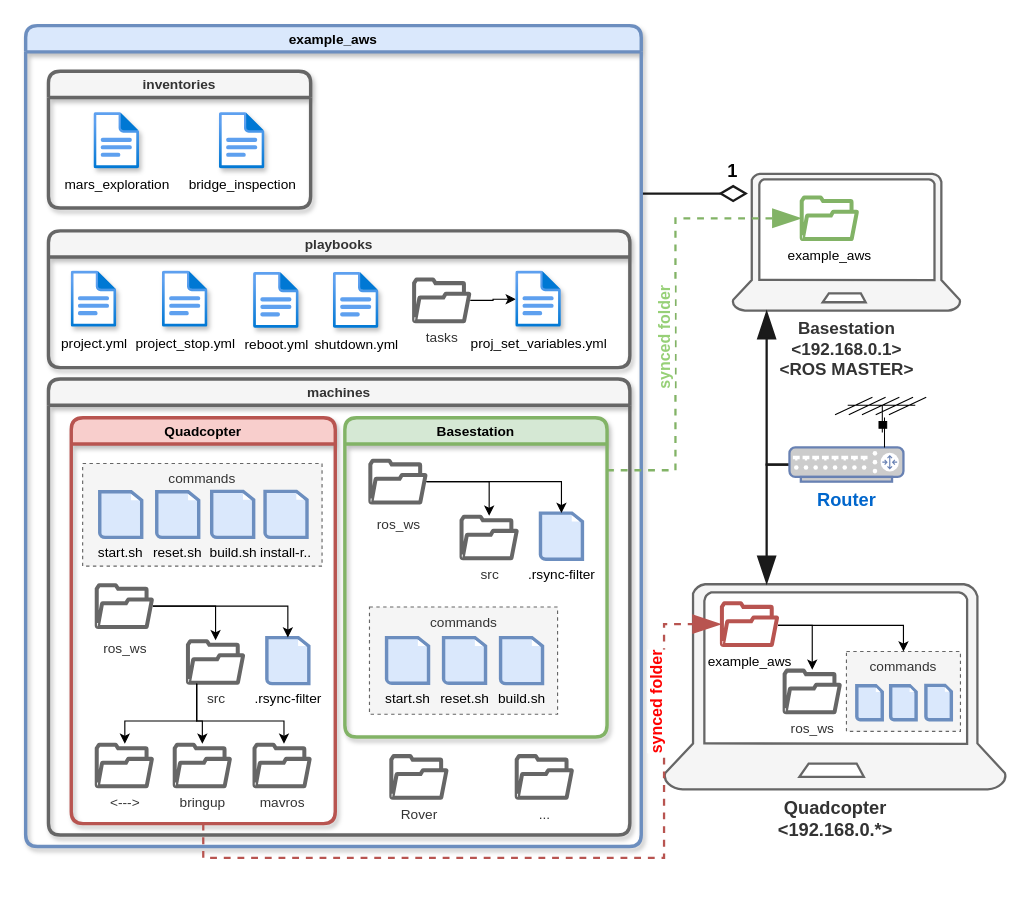
The draw.io diagram doc/ansible.drawio in aau-cns/ros1_example_aws, before the edit. Source tidied: cells renumbered, new cells numbered last; positions are measured from the earlier drawing's top-left corner, leaving out a move shared by most shapes. Both pictures are drawn from the tidied source at 114%, with x=0, y=0 at pixel (25, 25).
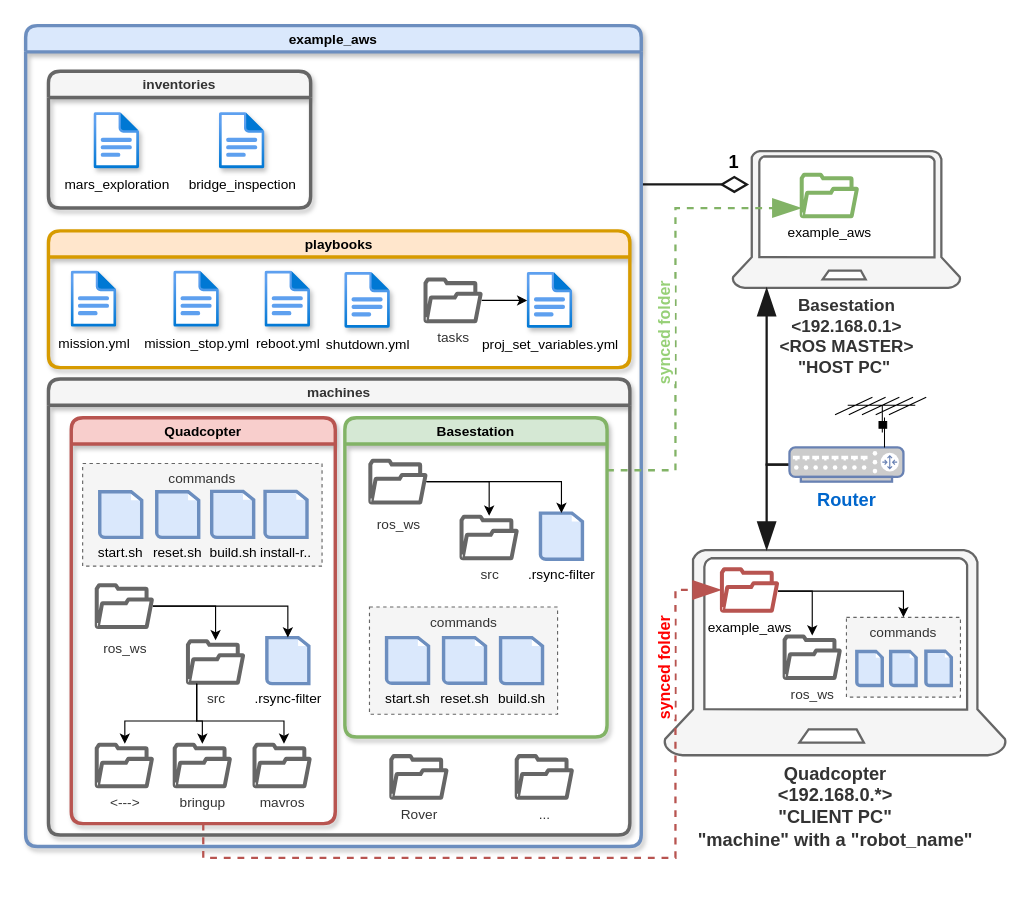
The same diagram, later.

Unchanged cells that the change refers to:
```xml
<mxCell id="3" value="example_aws" style="swimlane;align=center;strokeColor=#6c8ebf;rounded=1;shadow=1;swimlaneLine=1;sketch=0;glass=0;fillColor=#dae8fc;strokeWidth=3;" parent="1" vertex="1">
  <mxGeometry width="540" height="720" as="geometry" />
</mxCell>
<mxCell id="8" value="Quadcopter" style="swimlane;align=center;fillColor=#f8cecc;strokeColor=#b85450;rounded=1;shadow=1;swimlaneLine=1;sketch=0;glass=0;strokeWidth=3;" parent="7" vertex="1">
  <mxGeometry x="20" y="34" width="231.6" height="356" as="geometry" />
</mxCell>
<mxCell id="52" value="example_aws" style="shadow=0;dashed=0;html=1;strokeColor=#b85450;fillColor=#f8cecc;labelPosition=center;verticalLabelPosition=bottom;verticalAlign=top;align=center;outlineConnect=0;shape=mxgraph.vvd.folder;rounded=1;glass=0;sketch=0;horizontal=1;strokeWidth=2;" parent="50" vertex="1">
  <mxGeometry x="50" y="16" width="50" height="38" as="geometry" />
</mxCell>
```

Diff of the diagram source:
```diff
@@
-    <mxCell id="2" value="1" style="edgeStyle=orthogonalEdgeStyle;rounded=0;jettySize=auto;html=1;strokeWidth=2;endArrow=diamondThin;endFill=0;endSize=20;startSize=20;fillColor=#f5f5f5;strokeColor=#1A1A1A;fontSize=16;fontStyle=1;entryX=0.068;entryY=0.144;entryDx=0;entryDy=0;entryPerimeter=0;" parent="1" edge="1" source="3" target="49">
+    <mxCell id="2" value="1" style="edgeStyle=orthogonalEdgeStyle;rounded=0;jettySize=auto;html=1;strokeWidth=2;endArrow=diamondThin;endFill=0;endSize=20;startSize=20;fillColor=#f5f5f5;strokeColor=#1A1A1A;fontSize=16;fontStyle=1;entryX=0.073;entryY=0.244;entryDx=0;entryDy=0;entryPerimeter=0;" parent="1" edge="1" source="3" target="49">
       <mxGeometry x="0.72" y="20" relative="1" as="geometry">
         <Array as="points">
-          <mxPoint x="540" y="147" />
-          <mxPoint x="540" y="147" />
+          <mxPoint x="575" y="139" />
         </Array>
       </mxGeometry>
     </mxCell>
@@
-    <mxCell id="41" value="playbooks" style="swimlane;align=center;fillColor=#f5f5f5;strokeColor=#666666;fontColor=#333333;rounded=1;shadow=1;swimlaneLine=1;sketch=0;glass=0;strokeWidth=3;" parent="3" vertex="1">
+    <mxCell id="41" value="playbooks" style="swimlane;align=center;fillColor=#ffe6cc;strokeColor=#d79b00;rounded=1;shadow=1;swimlaneLine=1;sketch=0;glass=0;strokeWidth=3;" parent="3" vertex="1">
       <mxGeometry x="20" y="180" width="510" height="120" as="geometry" />
     </mxCell>
-    <mxCell id="42" value="project.yml" style="html=1;align=center;image;fontSize=12;image=img/lib/azure2/general/File.svg;rounded=1;shadow=1;glass=0;sketch=0;" parent="41" vertex="1">
+    <mxCell id="42" value="mission.yml" style="html=1;align=center;image;fontSize=12;image=img/lib/azure2/general/File.svg;rounded=1;shadow=1;glass=0;sketch=0;" parent="41" vertex="1">
       <mxGeometry x="20" y="35" width="40" height="50" as="geometry" />
     </mxCell>
-    <mxCell id="43" value="project_stop.yml" style="html=1;align=center;image;fontSize=12;image=img/lib/azure2/general/File.svg;rounded=1;shadow=1;glass=0;sketch=0;" parent="41" vertex="1">
-      <mxGeometry x="100" y="35" width="40" height="50" as="geometry" />
+    <mxCell id="43" value="mission_stop.yml" style="html=1;align=center;image;fontSize=12;image=img/lib/azure2/general/File.svg;rounded=1;shadow=1;glass=0;sketch=0;" parent="41" vertex="1">
+      <mxGeometry x="110" y="35" width="40" height="50" as="geometry" />
     </mxCell>
     <mxCell id="44" value="reboot.yml" style="html=1;align=center;image;fontSize=12;image=img/lib/azure2/general/File.svg;rounded=1;shadow=1;glass=0;sketch=0;" parent="41" vertex="1">
-      <mxGeometry x="180" y="36" width="40" height="50" as="geometry" />
+      <mxGeometry x="190" y="35" width="40" height="50" as="geometry" />
     </mxCell>
     <mxCell id="45" value="shutdown.yml" style="html=1;align=center;image;fontSize=12;image=img/lib/azure2/general/File.svg;rounded=1;shadow=1;glass=0;sketch=0;" parent="41" vertex="1">
-      <mxGeometry x="250" y="36" width="40" height="50" as="geometry" />
+      <mxGeometry x="260" y="36" width="40" height="50" as="geometry" />
     </mxCell>
@@
     <mxCell id="47" value="tasks" style="shadow=0;dashed=0;html=1;labelPosition=center;verticalLabelPosition=bottom;verticalAlign=top;align=center;outlineConnect=0;shape=mxgraph.vvd.folder;rounded=1;glass=0;sketch=0;horizontal=1;strokeWidth=2;fillColor=#f5f5f5;strokeColor=#666666;fontColor=#333333;" parent="41" vertex="1">
-      <mxGeometry x="320" y="42" width="50" height="38" as="geometry" />
+      <mxGeometry x="330" y="42" width="50" height="38" as="geometry" />
     </mxCell>
     <mxCell id="48" value="proj_set_variables.yml" style="html=1;points=[];align=center;image;fontSize=12;image=img/lib/azure2/general/File.svg;rounded=1;shadow=1;glass=0;sketch=0;" parent="41" vertex="1">
-      <mxGeometry x="410" y="35" width="40" height="50" as="geometry" />
+      <mxGeometry x="420" y="36" width="40" height="50" as="geometry" />
     </mxCell>
-    <mxCell id="49" value="Basestation&lt;br&gt;&amp;lt;192.168.0.1&amp;gt;&lt;br&gt;&amp;lt;ROS MASTER&amp;gt;" style="verticalLabelPosition=bottom;html=1;verticalAlign=top;align=center;strokeColor=#666666;fillColor=#f5f5f5;shape=mxgraph.azure.laptop;rounded=1;shadow=0;glass=0;sketch=0;fontColor=#333333;strokeWidth=2;fontStyle=1;fontSize=15;" parent="1" vertex="1">
-      <mxGeometry x="620" y="130" width="200" height="120" as="geometry" />
+    <mxCell id="49" value="Basestation&lt;br&gt;&amp;lt;192.168.0.1&amp;gt;&lt;br&gt;&amp;lt;ROS MASTER&amp;gt;&lt;br&gt;&quot;HOST PC&quot;&amp;nbsp;" style="verticalLabelPosition=bottom;html=1;verticalAlign=top;align=center;strokeColor=#666666;fillColor=#f5f5f5;shape=mxgraph.azure.laptop;rounded=1;shadow=0;glass=0;sketch=0;fontColor=#333333;strokeWidth=2;fontStyle=1;fontSize=15;" parent="1" vertex="1">
+      <mxGeometry x="620" y="110" width="200" height="120" as="geometry" />
     </mxCell>
     <mxCell id="50" style="group;fontStyle=1;fontSize=16;" parent="1" vertex="1">
-      <mxGeometry x="560" y="490" width="300" height="180" as="geometry" />
+      <mxGeometry x="560" y="460" width="300" height="180" as="geometry" />
     </mxCell>
-    <mxCell id="51" value="Quadcopter&lt;br style=&quot;font-size: 16px&quot;&gt;&amp;lt;192.168.0.*&amp;gt;" style="verticalLabelPosition=bottom;html=1;verticalAlign=top;align=center;strokeColor=#666666;fillColor=#f5f5f5;shape=mxgraph.azure.laptop;rounded=1;shadow=0;glass=0;sketch=0;fontColor=#333333;strokeWidth=2;fontStyle=1;fontSize=16;" parent="50" vertex="1">
+    <mxCell id="51" value="Quadcopter&lt;br style=&quot;font-size: 16px&quot;&gt;&amp;lt;192.168.0.*&amp;gt;&lt;br&gt;&quot;CLIENT PC&quot;&lt;br&gt;&quot;machine&quot; with a &quot;robot_name&quot;" style="verticalLabelPosition=bottom;html=1;verticalAlign=top;align=center;strokeColor=#666666;fillColor=#f5f5f5;shape=mxgraph.azure.laptop;rounded=1;shadow=0;glass=0;sketch=0;fontColor=#333333;strokeWidth=2;fontStyle=1;fontSize=16;" parent="50" vertex="1">
       <mxGeometry width="300" height="180" as="geometry" />
     </mxCell>
@@
     <mxCell id="61" style="edgeStyle=orthogonalEdgeStyle;rounded=0;jettySize=auto;html=1;endArrow=blockThin;endFill=1;startSize=20;endSize=20;strokeColor=#b85450;strokeWidth=2;dashed=1;fillColor=#f8cecc;" parent="1" edge="1" source="8" target="52">
       <mxGeometry relative="1" as="geometry">
         <Array as="points">
-          <mxPoint x="155" y="730" />
-          <mxPoint x="560" y="730" />
-          <mxPoint x="560" y="525" />
+          <mxPoint x="156" y="730" />
+          <mxPoint x="570" y="730" />
+          <mxPoint x="570" y="495" />
         </Array>
       </mxGeometry>
     </mxCell>
     <mxCell id="62" value="synced folder" style="edgeLabel;html=1;align=center;verticalAlign=middle;fontSize=14;fontStyle=1;fontColor=#FF0000;rotation=-90;" parent="61" vertex="1">
       <mxGeometry x="-0.2" y="5" relative="1" as="geometry">
-        <mxPoint x="151" y="-131" as="offset" />
+        <mxPoint x="146" y="-161" as="offset" />
       </mxGeometry>
     </mxCell>
@@
     <mxCell id="66" value="example_aws" style="shadow=0;dashed=0;html=1;strokeColor=#82b366;fillColor=#d5e8d4;labelPosition=center;verticalLabelPosition=bottom;verticalAlign=top;align=center;outlineConnect=0;shape=mxgraph.vvd.folder;rounded=1;glass=0;sketch=0;horizontal=1;strokeWidth=2;" parent="1" vertex="1">
-      <mxGeometry x="680" y="150" width="50" height="38" as="geometry" />
+      <mxGeometry x="680" y="130" width="50" height="38" as="geometry" />
     </mxCell>
     <mxCell id="67" style="edgeStyle=orthogonalEdgeStyle;rounded=0;jettySize=auto;html=1;endArrow=blockThin;endFill=1;startSize=20;endSize=20;strokeColor=#82b366;strokeWidth=2;dashed=1;fillColor=#d5e8d4;" parent="1" edge="1" target="66">
       <mxGeometry relative="1" as="geometry">
         <mxPoint x="510" y="390" as="sourcePoint" />
         <Array as="points">
           <mxPoint x="570" y="390" />
-          <mxPoint x="570" y="169" />
+          <mxPoint x="570" y="160" />
         </Array>
       </mxGeometry>
     </mxCell>
```
